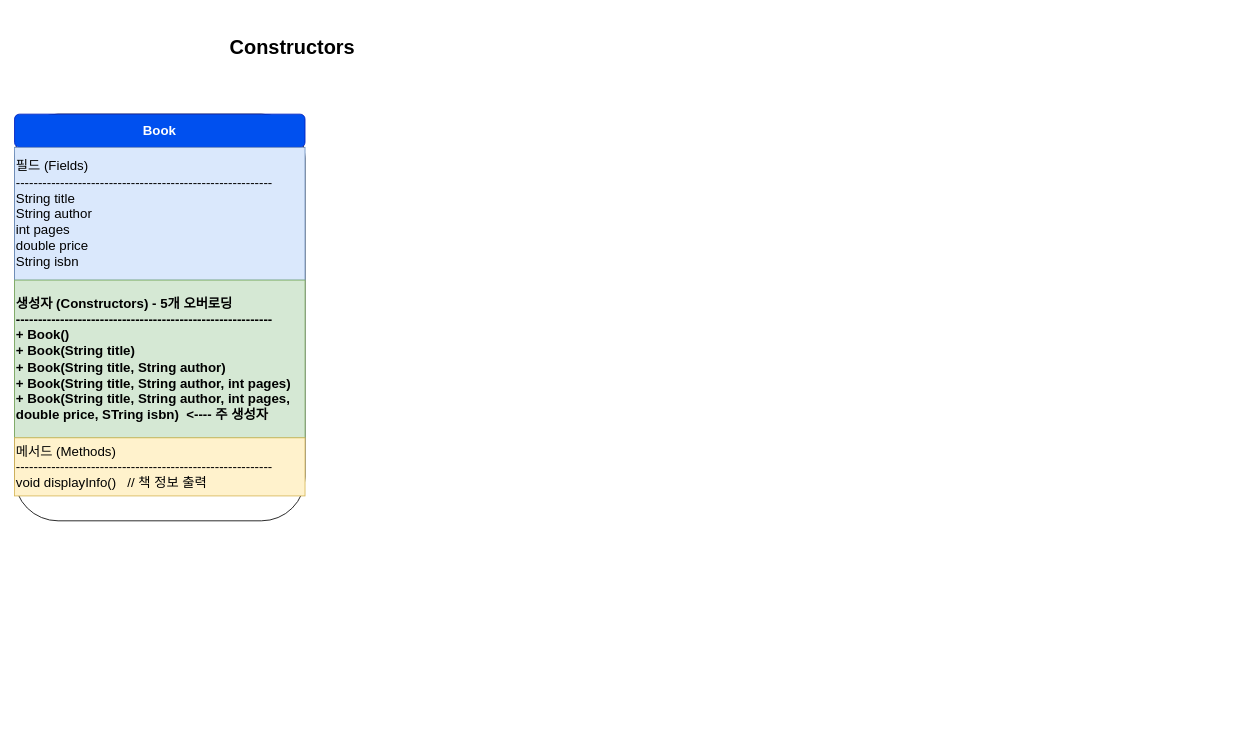
The draw.io diagram Phase2_Java/01_Java_기본문법/Constructors.drawio in jfbootcamp/jf-job-prep-bootcamp, before the edit. Source tidied: cells renumbered, new cells numbered last; positions are measured from the earlier drawing's top-left corner, leaving out a move shared by most shapes. Both pictures are drawn from the tidied source at 83%, with x=0, y=0 at pixel (14, 14).
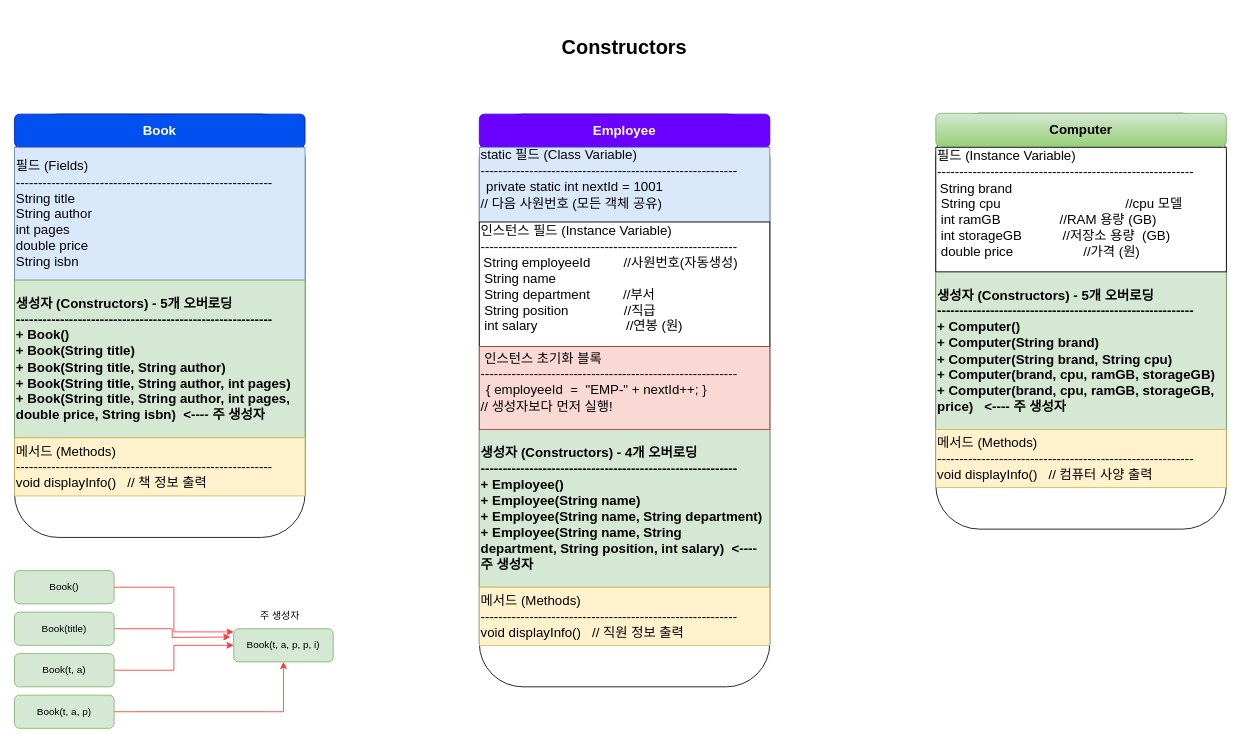
The same page after the edit.

Change to the diagram source:
```diff
@@
     <mxCell id="2" value="&lt;span style=&quot;font-size: 24px;&quot;&gt;&lt;b&gt;Constructors&lt;/b&gt;&lt;/span&gt;" style="text;html=1;whiteSpace=wrap;strokeColor=none;fillColor=none;align=center;verticalAlign=middle;rounded=0;fontSize=14;" parent="1" vertex="1">
-      <mxGeometry x="110" width="450" height="80" as="geometry" />
+      <mxGeometry x="510" width="450" height="80" as="geometry" />
     </mxCell>
     <mxCell id="3" style="rounded=1;whiteSpace=wrap;html=1;" parent="1" vertex="1">
-      <mxGeometry y="120" width="350" height="490" as="geometry" />
+      <mxGeometry y="120" width="350" height="510" as="geometry" />
     </mxCell>
@@
-    <mxCell id="6" value="&lt;font style=&quot;font-size: 16px;&quot;&gt;&lt;b&gt;생성자 (Constructors) - 5개 오버로딩&lt;/b&gt;&lt;/font&gt;&lt;div&gt;&lt;span style=&quot;font-size: 16px;&quot;&gt;&lt;b&gt;----------------------------------------------------------&lt;/b&gt;&lt;/span&gt;&lt;/div&gt;&lt;div&gt;&lt;span style=&quot;font-size: 16px;&quot;&gt;&lt;b&gt;+ Book()&lt;/b&gt;&lt;/span&gt;&lt;/div&gt;&lt;div&gt;&lt;span style=&quot;font-size: 16px;&quot;&gt;&lt;b&gt;+ Book(String title)&lt;/b&gt;&lt;/span&gt;&lt;/div&gt;&lt;div&gt;&lt;b style=&quot;font-size: 16px;&quot;&gt;+ Book(String title, String author)&lt;/b&gt;&lt;span style=&quot;font-size: 16px;&quot;&gt;&lt;b&gt;&lt;/b&gt;&lt;/span&gt;&lt;/div&gt;&lt;div&gt;&lt;b style=&quot;font-size: 16px;&quot;&gt;+ Book(String title&lt;/b&gt;&lt;b style=&quot;background-color: transparent; color: light-dark(rgb(0, 0, 0), rgb(255, 255, 255)); font-size: 16px;&quot;&gt;, String author, int pages&lt;/b&gt;&lt;b style=&quot;background-color: transparent; color: light-dark(rgb(0, 0, 0), rgb(255, 255, 255)); font-size: 16px;&quot;&gt;)&lt;/b&gt;&lt;/div&gt;&lt;div&gt;&lt;b style=&quot;font-size: 16px;&quot;&gt;+ Book(String title&lt;/b&gt;&lt;b style=&quot;color: light-dark(rgb(0, 0, 0), rgb(255, 255, 255)); background-color: transparent; font-size: 16px;&quot;&gt;, String author, int pages, double price, STring isbn&lt;/b&gt;&lt;b style=&quot;color: light-dark(rgb(0, 0, 0), rgb(255, 255, 255)); background-color: transparent; font-size: 16px;&quot;&gt;)&amp;nbsp; &amp;lt;---- 주 생성자&lt;/b&gt;&lt;b style=&quot;background-color: transparent; color: light-dark(rgb(0, 0, 0), rgb(255, 255, 255)); font-size: 16px;&quot;&gt;&lt;/b&gt;&lt;/div&gt;" style="rounded=0;whiteSpace=wrap;html=1;fillColor=#d5e8d4;strokeColor=#82b366;align=left;" parent="1" vertex="1">
+    <mxCell id="6" value="&lt;font style=&quot;font-size: 16px;&quot;&gt;&lt;b&gt;생성자 (Constructors) - 5개 오버로딩&lt;/b&gt;&lt;/font&gt;&lt;div&gt;&lt;span style=&quot;font-size: 16px;&quot;&gt;&lt;b&gt;----------------------------------------------------------&lt;/b&gt;&lt;/span&gt;&lt;/div&gt;&lt;div&gt;&lt;span style=&quot;font-size: 16px;&quot;&gt;&lt;b&gt;+ Book()&lt;/b&gt;&lt;/span&gt;&lt;/div&gt;&lt;div&gt;&lt;span style=&quot;font-size: 16px;&quot;&gt;&lt;b&gt;+ Book(String title)&lt;/b&gt;&lt;/span&gt;&lt;/div&gt;&lt;div&gt;&lt;b style=&quot;font-size: 16px;&quot;&gt;+ Book(String title, String author)&lt;/b&gt;&lt;span style=&quot;font-size: 16px;&quot;&gt;&lt;b&gt;&lt;/b&gt;&lt;/span&gt;&lt;/div&gt;&lt;div&gt;&lt;b style=&quot;font-size: 16px;&quot;&gt;+ Book(String title&lt;/b&gt;&lt;b style=&quot;background-color: transparent; color: light-dark(rgb(0, 0, 0), rgb(255, 255, 255)); font-size: 16px;&quot;&gt;, String author, int pages&lt;/b&gt;&lt;b style=&quot;background-color: transparent; color: light-dark(rgb(0, 0, 0), rgb(255, 255, 255)); font-size: 16px;&quot;&gt;)&lt;/b&gt;&lt;/div&gt;&lt;div&gt;&lt;b style=&quot;font-size: 16px;&quot;&gt;+ Book(String title&lt;/b&gt;&lt;b style=&quot;color: light-dark(rgb(0, 0, 0), rgb(255, 255, 255)); background-color: transparent; font-size: 16px;&quot;&gt;, String author, int pages, double price, String isbn&lt;/b&gt;&lt;b style=&quot;color: light-dark(rgb(0, 0, 0), rgb(255, 255, 255)); background-color: transparent; font-size: 16px;&quot;&gt;)&amp;nbsp; &amp;lt;---- 주 생성자&lt;/b&gt;&lt;b style=&quot;background-color: transparent; color: light-dark(rgb(0, 0, 0), rgb(255, 255, 255)); font-size: 16px;&quot;&gt;&lt;/b&gt;&lt;/div&gt;" style="rounded=0;whiteSpace=wrap;html=1;fillColor=#d5e8d4;strokeColor=#82b366;align=left;" parent="1" vertex="1">
       <mxGeometry y="320" width="350" height="190" as="geometry" />
     </mxCell>
@@
+    <mxCell id="8" value="Book()" style="rounded=1;whiteSpace=wrap;html=1;fillColor=#d5e8d4;strokeColor=#82b366;" parent="1" vertex="1">
+      <mxGeometry y="670" width="120" height="40" as="geometry" />
+    </mxCell>
+    <mxCell id="9" style="edgeStyle=orthogonalEdgeStyle;rounded=0;jettySize=auto;html=1;strokeColor=#FF3333;" parent="1" edge="1" source="10">
+      <mxGeometry relative="1" as="geometry">
+        <mxPoint x="260" y="750" as="targetPoint" />
+      </mxGeometry>
+    </mxCell>
+    <mxCell id="10" value="Book(title)" style="rounded=1;whiteSpace=wrap;html=1;fillColor=#d5e8d4;strokeColor=#82b366;" parent="1" vertex="1">
+      <mxGeometry y="720" width="120" height="40" as="geometry" />
+    </mxCell>
+    <mxCell id="11" style="edgeStyle=orthogonalEdgeStyle;rounded=0;jettySize=auto;html=1;entryX=0;entryY=0.5;entryDx=0;entryDy=0;strokeColor=#FF3333;" parent="1" edge="1" source="12" target="15">
+      <mxGeometry relative="1" as="geometry" />
+    </mxCell>
+    <mxCell id="12" value="Book(t, a)" style="rounded=1;whiteSpace=wrap;html=1;fillColor=#d5e8d4;strokeColor=#82b366;" parent="1" vertex="1">
+      <mxGeometry y="770" width="120" height="40" as="geometry" />
+    </mxCell>
+    <mxCell id="13" style="edgeStyle=orthogonalEdgeStyle;rounded=0;jettySize=auto;html=1;strokeColor=#FF3333;" parent="1" edge="1" source="14" target="15">
+      <mxGeometry relative="1" as="geometry" />
+    </mxCell>
+    <mxCell id="14" value="Book(t, a, p)" style="rounded=1;whiteSpace=wrap;html=1;fillColor=#d5e8d4;strokeColor=#82b366;" parent="1" vertex="1">
+      <mxGeometry y="820" width="120" height="40" as="geometry" />
+    </mxCell>
+    <mxCell id="15" value="Book(t, a, p, p, i)" style="rounded=1;whiteSpace=wrap;html=1;fillColor=#d5e8d4;strokeColor=#82b366;" parent="1" vertex="1">
+      <mxGeometry x="264" y="740" width="120" height="40" as="geometry" />
+    </mxCell>
+    <mxCell id="16" style="edgeStyle=orthogonalEdgeStyle;rounded=0;jettySize=auto;html=1;entryX=0;entryY=0.096;entryDx=0;entryDy=0;entryPerimeter=0;strokeColor=#FF3333;" parent="1" edge="1" source="8" target="15">
+      <mxGeometry relative="1" as="geometry" />
+    </mxCell>
+    <mxCell id="17" value="주 생성자" style="text;html=1;whiteSpace=wrap;strokeColor=none;fillColor=none;align=center;verticalAlign=middle;rounded=0;" parent="1" vertex="1">
+      <mxGeometry x="290" y="710" width="60" height="30" as="geometry" />
+    </mxCell>
+    <mxCell id="18" style="rounded=1;whiteSpace=wrap;html=1;" parent="1" vertex="1">
+      <mxGeometry x="560" y="120" width="350" height="690" as="geometry" />
+    </mxCell>
+    <mxCell id="19" value="&lt;span style=&quot;font-size: 16px;&quot;&gt;&lt;b&gt;Employee&lt;/b&gt;&lt;/span&gt;" style="rounded=1;whiteSpace=wrap;html=1;fillColor=#6a00ff;strokeColor=#3700CC;fontColor=#ffffff;" parent="1" vertex="1">
+      <mxGeometry x="560" y="120" width="350" height="40" as="geometry" />
+    </mxCell>
+    <mxCell id="20" value="&lt;font style=&quot;font-size: 16px;&quot;&gt;static 필드 (Class Variable)&lt;/font&gt;&lt;div&gt;&lt;span style=&quot;font-size: 16px;&quot;&gt;----------------------------------------------------------&lt;/span&gt;&lt;/div&gt;&lt;div&gt;&lt;span style=&quot;background-color: transparent; color: light-dark(rgb(0, 0, 0), rgb(255, 255, 255));&quot;&gt;&amp;nbsp;&amp;nbsp;&lt;/span&gt;&lt;span style=&quot;background-color: transparent; color: light-dark(rgb(0, 0, 0), rgb(255, 255, 255)); font-size: 16px;&quot;&gt;private&lt;/span&gt;&lt;span style=&quot;background-color: transparent; color: light-dark(rgb(0, 0, 0), rgb(255, 255, 255)); font-size: 16px;&quot;&gt;&amp;nbsp;&lt;/span&gt;&lt;span style=&quot;background-color: transparent; color: light-dark(rgb(0, 0, 0), rgb(255, 255, 255)); font-size: 16px;&quot;&gt;static &lt;/span&gt;&lt;span style=&quot;background-color: transparent; color: light-dark(rgb(0, 0, 0), rgb(255, 255, 255)); font-size: 16px;&quot;&gt;int nextId = 1001&amp;nbsp;&amp;nbsp;&lt;/span&gt;&lt;/div&gt;&lt;div&gt;&lt;span style=&quot;background-color: transparent; color: light-dark(rgb(0, 0, 0), rgb(255, 255, 255)); font-size: 16px;&quot;&gt;// 다음 사원번호 (모든 객체 공유)&lt;/span&gt;&lt;/div&gt;&lt;div&gt;&lt;br&gt;&lt;/div&gt;" style="rounded=0;whiteSpace=wrap;html=1;fillColor=#dae8fc;strokeColor=#6c8ebf;align=left;" parent="1" vertex="1">
+      <mxGeometry x="560" y="160" width="350" height="90" as="geometry" />
+    </mxCell>
+    <mxCell id="21" value="&lt;font style=&quot;font-size: 16px;&quot;&gt;&lt;b&gt;생성자 (Constructors) - 4개 오버로딩&lt;/b&gt;&lt;/font&gt;&lt;div&gt;&lt;span style=&quot;font-size: 16px;&quot;&gt;&lt;b&gt;----------------------------------------------------------&lt;/b&gt;&lt;/span&gt;&lt;/div&gt;&lt;div&gt;&lt;span style=&quot;font-size: 16px;&quot;&gt;&lt;b&gt;+ Employee()&lt;/b&gt;&lt;/span&gt;&lt;/div&gt;&lt;div&gt;&lt;span style=&quot;font-size: 16px;&quot;&gt;&lt;b&gt;+&amp;nbsp;&lt;/b&gt;&lt;/span&gt;&lt;b style=&quot;font-size: 16px;&quot;&gt;Employee&lt;/b&gt;&lt;span style=&quot;font-size: 16px;&quot;&gt;&lt;b&gt;(String name)&lt;/b&gt;&lt;/span&gt;&lt;/div&gt;&lt;div&gt;&lt;b style=&quot;font-size: 16px;&quot;&gt;+&amp;nbsp;&lt;/b&gt;&lt;b style=&quot;font-size: 16px;&quot;&gt;Employee&lt;/b&gt;&lt;b style=&quot;font-size: 16px;&quot;&gt;(String&amp;nbsp;&lt;/b&gt;&lt;b style=&quot;font-size: 16px;&quot;&gt;name&lt;/b&gt;&lt;b style=&quot;font-size: 16px;&quot;&gt;, String department)&lt;/b&gt;&lt;/div&gt;&lt;div&gt;&lt;b style=&quot;font-size: 16px;&quot;&gt;+&amp;nbsp;&lt;/b&gt;&lt;b style=&quot;font-size: 16px;&quot;&gt;Employee&lt;/b&gt;&lt;b style=&quot;font-size: 16px;&quot;&gt;(&lt;/b&gt;&lt;b style=&quot;font-size: 16px;&quot;&gt;String&amp;nbsp;&lt;/b&gt;&lt;b style=&quot;font-size: 16px;&quot;&gt;name&lt;/b&gt;&lt;b style=&quot;font-size: 16px;&quot;&gt;, String department&lt;/b&gt;&lt;b style=&quot;color: light-dark(rgb(0, 0, 0), rgb(255, 255, 255)); background-color: transparent; font-size: 16px;&quot;&gt;,&amp;nbsp;&lt;/b&gt;&lt;b style=&quot;font-size: 16px;&quot;&gt;String&amp;nbsp;&lt;/b&gt;&lt;b style=&quot;color: light-dark(rgb(0, 0, 0), rgb(255, 255, 255)); background-color: transparent; font-size: 16px;&quot;&gt;position, int salary&lt;/b&gt;&lt;b style=&quot;color: light-dark(rgb(0, 0, 0), rgb(255, 255, 255)); background-color: transparent; font-size: 16px;&quot;&gt;)&amp;nbsp; &amp;lt;---- 주 생성자&lt;/b&gt;&lt;b style=&quot;background-color: transparent; color: light-dark(rgb(0, 0, 0), rgb(255, 255, 255)); font-size: 16px;&quot;&gt;&lt;/b&gt;&lt;/div&gt;" style="rounded=0;whiteSpace=wrap;html=1;fillColor=#d5e8d4;strokeColor=#82b366;align=left;" parent="1" vertex="1">
+      <mxGeometry x="560" y="500" width="350" height="190" as="geometry" />
+    </mxCell>
+    <mxCell id="22" value="&lt;font style=&quot;&quot;&gt;&lt;span style=&quot;font-size: 16px;&quot;&gt;메서드 (Methods)&amp;nbsp;&lt;/span&gt;&lt;div style=&quot;font-size: 12px;&quot;&gt;&lt;span style=&quot;font-size: 16px;&quot;&gt;----------------------------------------------------------&lt;/span&gt;&lt;/div&gt;&lt;div style=&quot;&quot;&gt;&lt;span style=&quot;font-size: 16px;&quot;&gt;void displayInfo()&amp;nbsp; &amp;nbsp;// 직원 정보 출력&lt;/span&gt;&lt;/div&gt;&lt;/font&gt;" style="rounded=0;whiteSpace=wrap;html=1;fillColor=#fff2cc;strokeColor=#d6b656;align=left;" parent="1" vertex="1">
+      <mxGeometry x="560" y="690" width="350" height="70" as="geometry" />
+    </mxCell>
+    <mxCell id="23" value="&lt;font style=&quot;font-size: 16px;&quot;&gt;인스턴스 필드 (Instance Variable)&lt;/font&gt;&lt;div&gt;&lt;span style=&quot;font-size: 16px;&quot;&gt;----------------------------------------------------------&lt;/span&gt;&lt;/div&gt;&lt;div&gt;&lt;span style=&quot;background-color: transparent; color: light-dark(rgb(0, 0, 0), rgb(255, 255, 255));&quot;&gt;&amp;nbsp;&lt;span style=&quot;font-size: 16px;&quot;&gt;String employeeId&amp;nbsp; &amp;nbsp; &amp;nbsp; &amp;nbsp; &amp;nbsp;//사원번호(자동생성)&lt;/span&gt;&lt;/span&gt;&lt;/div&gt;&lt;div&gt;&lt;span style=&quot;background-color: transparent; color: light-dark(rgb(0, 0, 0), rgb(255, 255, 255));&quot;&gt;&lt;span style=&quot;font-size: 16px;&quot;&gt;&amp;nbsp;String name&lt;/span&gt;&lt;/span&gt;&lt;/div&gt;&lt;div&gt;&lt;span style=&quot;background-color: transparent; color: light-dark(rgb(0, 0, 0), rgb(255, 255, 255));&quot;&gt;&lt;span style=&quot;font-size: 16px;&quot;&gt;&amp;nbsp;String department&amp;nbsp; &amp;nbsp; &amp;nbsp; &amp;nbsp; &amp;nbsp;//부서&lt;/span&gt;&lt;/span&gt;&lt;/div&gt;&lt;div&gt;&lt;span style=&quot;background-color: transparent; color: light-dark(rgb(0, 0, 0), rgb(255, 255, 255));&quot;&gt;&lt;span style=&quot;font-size: 16px;&quot;&gt;&amp;nbsp;String position&amp;nbsp; &amp;nbsp; &amp;nbsp; &amp;nbsp; &amp;nbsp; &amp;nbsp; &amp;nbsp; &amp;nbsp;//직급&lt;/span&gt;&lt;/span&gt;&lt;/div&gt;&lt;div&gt;&lt;span style=&quot;background-color: transparent; color: light-dark(rgb(0, 0, 0), rgb(255, 255, 255));&quot;&gt;&lt;span style=&quot;font-size: 16px;&quot;&gt;&amp;nbsp;int salary&amp;nbsp; &amp;nbsp; &amp;nbsp; &amp;nbsp; &amp;nbsp; &amp;nbsp; &amp;nbsp; &amp;nbsp; &amp;nbsp; &amp;nbsp; &amp;nbsp; &amp;nbsp; //연봉 (원)&lt;/span&gt;&lt;/span&gt;&lt;/div&gt;&lt;div&gt;&lt;br&gt;&lt;/div&gt;" style="rounded=0;whiteSpace=wrap;html=1;align=left;" parent="1" vertex="1">
+      <mxGeometry x="560" y="250" width="350" height="150" as="geometry" />
+    </mxCell>
+    <mxCell id="24" value="&lt;font style=&quot;font-size: 16px;&quot;&gt;&amp;nbsp;인스턴스 초기화 블록&lt;/font&gt;&lt;div&gt;&lt;span style=&quot;font-size: 16px;&quot;&gt;----------------------------------------------------------&lt;/span&gt;&lt;/div&gt;&lt;div&gt;&lt;span style=&quot;background-color: transparent; color: light-dark(rgb(0, 0, 0), rgb(255, 255, 255));&quot;&gt;&amp;nbsp; &lt;span style=&quot;font-size: 16px;&quot;&gt;{&amp;nbsp;&lt;/span&gt;&lt;/span&gt;&lt;span style=&quot;font-size: 16px; background-color: transparent; color: light-dark(rgb(0, 0, 0), rgb(255, 255, 255));&quot;&gt;employeeId&amp;nbsp; =&amp;nbsp;&lt;/span&gt;&lt;span style=&quot;font-size: 16px; background-color: transparent; color: light-dark(rgb(0, 0, 0), rgb(255, 255, 255));&quot;&gt;&amp;nbsp;&quot;EMP-&quot; +&amp;nbsp;&lt;/span&gt;&lt;span style=&quot;font-size: 16px; background-color: transparent; color: light-dark(rgb(0, 0, 0), rgb(255, 255, 255));&quot;&gt;nextId++;&lt;/span&gt;&lt;span style=&quot;font-size: 16px; background-color: transparent; color: light-dark(rgb(0, 0, 0), rgb(255, 255, 255));&quot;&gt;&amp;nbsp;&lt;/span&gt;&lt;span style=&quot;background-color: transparent; color: light-dark(rgb(0, 0, 0), rgb(255, 255, 255)); font-size: 16px;&quot;&gt;}&lt;/span&gt;&lt;/div&gt;&lt;div&gt;&lt;span style=&quot;background-color: transparent; color: light-dark(rgb(0, 0, 0), rgb(255, 255, 255)); font-size: 16px;&quot;&gt;// 생성자보다 먼저 실행!&lt;/span&gt;&lt;/div&gt;&lt;div&gt;&lt;br&gt;&lt;/div&gt;" style="rounded=0;whiteSpace=wrap;html=1;fillColor=#fad9d5;strokeColor=#ae4132;align=left;" parent="1" vertex="1">
+      <mxGeometry x="560" y="400" width="350" height="100" as="geometry" />
+    </mxCell>
+    <mxCell id="25" style="rounded=1;whiteSpace=wrap;html=1;" parent="1" vertex="1">
+      <mxGeometry x="1110" y="119" width="350" height="501" as="geometry" />
+    </mxCell>
+    <mxCell id="26" value="&lt;span style=&quot;font-size: 16px;&quot;&gt;&lt;b&gt;Computer&lt;/b&gt;&lt;/span&gt;" style="rounded=1;whiteSpace=wrap;html=1;fillColor=#d5e8d4;strokeColor=#82b366;gradientColor=#97d077;" parent="1" vertex="1">
+      <mxGeometry x="1110" y="119" width="350" height="40" as="geometry" />
+    </mxCell>
+    <mxCell id="27" value="&lt;font style=&quot;font-size: 16px;&quot;&gt;&lt;b&gt;생성자 (Constructors) - 5개 오버로딩&lt;/b&gt;&lt;/font&gt;&lt;div&gt;&lt;span style=&quot;font-size: 16px;&quot;&gt;&lt;b&gt;----------------------------------------------------------&lt;/b&gt;&lt;/span&gt;&lt;/div&gt;&lt;div&gt;&lt;span style=&quot;font-size: 16px;&quot;&gt;&lt;b&gt;+ Computer()&lt;/b&gt;&lt;/span&gt;&lt;/div&gt;&lt;div&gt;&lt;span style=&quot;font-size: 16px;&quot;&gt;&lt;b&gt;+&amp;nbsp;&lt;/b&gt;&lt;/span&gt;&lt;b style=&quot;font-size: 16px;&quot;&gt;Computer&lt;/b&gt;&lt;span style=&quot;font-size: 16px;&quot;&gt;&lt;b&gt;(String brand)&lt;/b&gt;&lt;/span&gt;&lt;/div&gt;&lt;div&gt;&lt;b style=&quot;font-size: 16px;&quot;&gt;+&amp;nbsp;&lt;/b&gt;&lt;b style=&quot;font-size: 16px;&quot;&gt;Computer&lt;/b&gt;&lt;b style=&quot;font-size: 16px;&quot;&gt;(String&amp;nbsp;&lt;/b&gt;&lt;b style=&quot;font-size: 16px;&quot;&gt;brand&lt;/b&gt;&lt;b style=&quot;font-size: 16px;&quot;&gt;, String cpu)&lt;/b&gt;&lt;/div&gt;&lt;div&gt;&lt;b style=&quot;font-size: 16px;&quot;&gt;+&amp;nbsp;&lt;/b&gt;&lt;b style=&quot;font-size: 16px;&quot;&gt;Computer&lt;/b&gt;&lt;b style=&quot;font-size: 16px;&quot;&gt;(&lt;/b&gt;&lt;b style=&quot;font-size: 16px;&quot;&gt;brand&lt;/b&gt;&lt;b style=&quot;font-size: 16px;&quot;&gt;, cpu&lt;/b&gt;&lt;b style=&quot;color: light-dark(rgb(0, 0, 0), rgb(255, 255, 255)); background-color: transparent; font-size: 16px;&quot;&gt;,&amp;nbsp;&lt;/b&gt;&lt;b style=&quot;color: light-dark(rgb(0, 0, 0), rgb(255, 255, 255)); background-color: transparent; font-size: 16px;&quot;&gt;ramGB, storageGB&lt;/b&gt;&lt;b style=&quot;color: light-dark(rgb(0, 0, 0), rgb(255, 255, 255)); background-color: transparent; font-size: 16px;&quot;&gt;)&lt;/b&gt;&lt;/div&gt;&lt;div&gt;&lt;div&gt;&lt;b style=&quot;font-size: 16px;&quot;&gt;+&amp;nbsp;&lt;/b&gt;&lt;b style=&quot;font-size: 16px;&quot;&gt;Computer&lt;/b&gt;&lt;b style=&quot;font-size: 16px;&quot;&gt;(&lt;/b&gt;&lt;b style=&quot;font-size: 16px;&quot;&gt;brand&lt;/b&gt;&lt;b style=&quot;font-size: 16px;&quot;&gt;, cpu&lt;/b&gt;&lt;b style=&quot;color: light-dark(rgb(0, 0, 0), rgb(255, 255, 255)); background-color: transparent; font-size: 16px;&quot;&gt;,&amp;nbsp;&lt;/b&gt;&lt;b style=&quot;color: light-dark(rgb(0, 0, 0), rgb(255, 255, 255)); background-color: transparent; font-size: 16px;&quot;&gt;ramGB, storageGB, price&lt;/b&gt;&lt;b style=&quot;color: light-dark(rgb(0, 0, 0), rgb(255, 255, 255)); background-color: transparent; font-size: 16px;&quot;&gt;)&amp;nbsp; &amp;nbsp;&lt;/b&gt;&lt;b style=&quot;background-color: transparent; color: light-dark(rgb(0, 0, 0), rgb(255, 255, 255)); font-size: 16px;&quot;&gt;&amp;lt;---- 주 생성자&lt;/b&gt;&lt;/div&gt;&lt;/div&gt;" style="rounded=0;whiteSpace=wrap;html=1;fillColor=#d5e8d4;strokeColor=#82b366;align=left;" parent="1" vertex="1">
+      <mxGeometry x="1110" y="310" width="350" height="190" as="geometry" />
+    </mxCell>
+    <mxCell id="28" value="&lt;font style=&quot;&quot;&gt;&lt;span style=&quot;font-size: 16px;&quot;&gt;메서드 (Methods)&amp;nbsp;&lt;/span&gt;&lt;div style=&quot;font-size: 12px;&quot;&gt;&lt;span style=&quot;font-size: 16px;&quot;&gt;----------------------------------------------------------&lt;/span&gt;&lt;/div&gt;&lt;div style=&quot;&quot;&gt;&lt;span style=&quot;font-size: 16px;&quot;&gt;void displayInfo()&amp;nbsp; &amp;nbsp;// 컴퓨터 사양 출력&lt;/span&gt;&lt;/div&gt;&lt;/font&gt;" style="rounded=0;whiteSpace=wrap;html=1;fillColor=#fff2cc;strokeColor=#d6b656;align=left;" parent="1" vertex="1">
+      <mxGeometry x="1110" y="500" width="350" height="70" as="geometry" />
+    </mxCell>
+    <mxCell id="29" value="&lt;font style=&quot;font-size: 16px;&quot;&gt;필드 (Instance Variable)&lt;/font&gt;&lt;div&gt;&lt;span style=&quot;font-size: 16px;&quot;&gt;----------------------------------------------------------&lt;/span&gt;&lt;/div&gt;&lt;div&gt;&lt;span style=&quot;background-color: transparent; color: light-dark(rgb(0, 0, 0), rgb(255, 255, 255));&quot;&gt;&amp;nbsp;&lt;span style=&quot;font-size: 16px;&quot;&gt;String brand&amp;nbsp; &amp;nbsp; &amp;nbsp; &amp;nbsp; &amp;nbsp;&lt;/span&gt;&lt;/span&gt;&lt;/div&gt;&lt;div&gt;&lt;span style=&quot;background-color: transparent; color: light-dark(rgb(0, 0, 0), rgb(255, 255, 255));&quot;&gt;&lt;span style=&quot;font-size: 16px;&quot;&gt;&amp;nbsp;String cpu&lt;span style=&quot;white-space: pre;&quot;&gt;&#9;&lt;/span&gt;&lt;span style=&quot;white-space: pre;&quot;&gt;&#9;&lt;/span&gt;&lt;span style=&quot;white-space: pre;&quot;&gt;&#9;&lt;/span&gt;&lt;span style=&quot;white-space: pre;&quot;&gt;&#9;&lt;/span&gt;&amp;nbsp; &amp;nbsp;//cpu 모델&lt;span style=&quot;white-space: pre;&quot;&gt;&#9;&lt;/span&gt;&lt;/span&gt;&lt;/span&gt;&lt;/div&gt;&lt;div&gt;&lt;span style=&quot;background-color: transparent; color: light-dark(rgb(0, 0, 0), rgb(255, 255, 255));&quot;&gt;&lt;span style=&quot;font-size: 16px;&quot;&gt;&amp;nbsp;int ramGB&amp;nbsp; &amp;nbsp; &amp;nbsp; &amp;nbsp; &amp;nbsp; &amp;nbsp; &amp;nbsp; &amp;nbsp; //RAM 용량 (GB)&lt;/span&gt;&lt;/span&gt;&lt;/div&gt;&lt;div&gt;&lt;span style=&quot;background-color: transparent; color: light-dark(rgb(0, 0, 0), rgb(255, 255, 255));&quot;&gt;&lt;span style=&quot;font-size: 16px;&quot;&gt;&amp;nbsp;int storageGB&amp;nbsp; &amp;nbsp; &amp;nbsp; &amp;nbsp; &amp;nbsp; &amp;nbsp;//저장소 용량&amp;nbsp;&lt;/span&gt;&lt;/span&gt;&lt;span style=&quot;font-size: 16px; background-color: transparent; color: light-dark(rgb(0, 0, 0), rgb(255, 255, 255));&quot;&gt;&amp;nbsp;&lt;/span&gt;&lt;span style=&quot;font-size: 16px; background-color: transparent; color: light-dark(rgb(0, 0, 0), rgb(255, 255, 255));&quot;&gt;(GB)&lt;/span&gt;&lt;/div&gt;&lt;div&gt;&lt;span style=&quot;background-color: transparent; color: light-dark(rgb(0, 0, 0), rgb(255, 255, 255));&quot;&gt;&lt;span style=&quot;font-size: 16px;&quot;&gt;&amp;nbsp;double price&amp;nbsp; &amp;nbsp; &amp;nbsp; &amp;nbsp; &amp;nbsp; &amp;nbsp; &amp;nbsp; &amp;nbsp; &amp;nbsp; &amp;nbsp;//가격 (원)&lt;/span&gt;&lt;/span&gt;&lt;/div&gt;&lt;div&gt;&lt;br&gt;&lt;/div&gt;" style="rounded=0;whiteSpace=wrap;html=1;align=left;" parent="1" vertex="1">
+      <mxGeometry x="1110" y="160" width="350" height="150" as="geometry" />
+    </mxCell>
```
